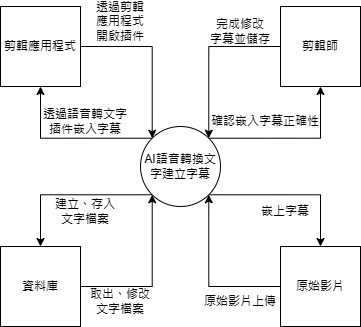
Earlier version of the draw.io export 系統環境圖.png (C110118150/No.11). Source tidied: cells renumbered, new cells last; positions are measured from the earlier drawing's top-left corner, leaving out a move shared by most shapes. Source of this version:
```xml
<mxGraphModel>
  <root>
    <mxCell id="0" />
    <mxCell id="1" parent="0" />
    <mxCell id="2" style="edgeStyle=orthogonalEdgeStyle;rounded=0;jettySize=auto;html=1;exitX=1;exitY=0;exitDx=0;exitDy=0;entryX=0.5;entryY=1;entryDx=0;entryDy=0;" parent="1" edge="1" source="6" target="8">
      <mxGeometry relative="1" as="geometry" />
    </mxCell>
    <mxCell id="3" style="edgeStyle=orthogonalEdgeStyle;rounded=0;jettySize=auto;html=1;exitX=1;exitY=1;exitDx=0;exitDy=0;entryX=0.5;entryY=0;entryDx=0;entryDy=0;" parent="1" edge="1" source="6" target="12">
      <mxGeometry relative="1" as="geometry" />
    </mxCell>
    <mxCell id="4" style="edgeStyle=orthogonalEdgeStyle;rounded=0;jettySize=auto;html=1;exitX=0;exitY=1;exitDx=0;exitDy=0;entryX=0.5;entryY=0;entryDx=0;entryDy=0;" parent="1" edge="1" source="6" target="14">
      <mxGeometry relative="1" as="geometry" />
    </mxCell>
    <mxCell id="5" style="edgeStyle=orthogonalEdgeStyle;rounded=0;jettySize=auto;html=1;exitX=0;exitY=0;exitDx=0;exitDy=0;entryX=0.5;entryY=1;entryDx=0;entryDy=0;" parent="1" edge="1" source="6" target="10">
      <mxGeometry relative="1" as="geometry" />
    </mxCell>
    <mxCell id="6" value="AI語音轉換文字建立字幕" style="ellipse;whiteSpace=wrap;html=1;" parent="1" vertex="1">
      <mxGeometry x="140" y="120" width="80" height="80" as="geometry" />
    </mxCell>
    <mxCell id="7" style="edgeStyle=orthogonalEdgeStyle;rounded=0;jettySize=auto;html=1;exitX=0;exitY=0.5;exitDx=0;exitDy=0;entryX=1;entryY=0;entryDx=0;entryDy=0;" parent="1" edge="1" source="8" target="6">
      <mxGeometry relative="1" as="geometry" />
    </mxCell>
    <mxCell id="8" value="剪輯師" style="whiteSpace=wrap;html=1;" parent="1" vertex="1">
      <mxGeometry x="280" width="80" height="80" as="geometry" />
    </mxCell>
    <mxCell id="9" style="edgeStyle=orthogonalEdgeStyle;rounded=0;jettySize=auto;html=1;exitX=1;exitY=0.5;exitDx=0;exitDy=0;entryX=0;entryY=0;entryDx=0;entryDy=0;" parent="1" edge="1" source="10" target="6">
      <mxGeometry relative="1" as="geometry" />
    </mxCell>
    <mxCell id="10" value="剪輯應用程式" style="whiteSpace=wrap;html=1;" parent="1" vertex="1">
      <mxGeometry width="80" height="80" as="geometry" />
    </mxCell>
    <mxCell id="11" style="edgeStyle=orthogonalEdgeStyle;rounded=0;jettySize=auto;html=1;exitX=0;exitY=0.5;exitDx=0;exitDy=0;entryX=1;entryY=1;entryDx=0;entryDy=0;" parent="1" edge="1" source="12" target="6">
      <mxGeometry relative="1" as="geometry" />
    </mxCell>
    <mxCell id="12" value="原始影片" style="whiteSpace=wrap;html=1;" parent="1" vertex="1">
      <mxGeometry x="280" y="240" width="80" height="80" as="geometry" />
    </mxCell>
    <mxCell id="13" style="edgeStyle=orthogonalEdgeStyle;rounded=0;jettySize=auto;html=1;exitX=1;exitY=0.5;exitDx=0;exitDy=0;entryX=0;entryY=1;entryDx=0;entryDy=0;" parent="1" edge="1" source="14" target="6">
      <mxGeometry relative="1" as="geometry" />
    </mxCell>
    <mxCell id="14" value="資料庫" style="whiteSpace=wrap;html=1;" parent="1" vertex="1">
      <mxGeometry y="240" width="80" height="80" as="geometry" />
    </mxCell>
    <mxCell id="15" value="原始影片上傳" style="text;html=1;strokeColor=none;fillColor=none;align=center;verticalAlign=middle;whiteSpace=wrap;rounded=0;" parent="1" vertex="1">
      <mxGeometry x="200" y="280" width="80" height="30" as="geometry" />
    </mxCell>
    <mxCell id="16" value="嵌上字幕" style="text;html=1;strokeColor=none;fillColor=none;align=center;verticalAlign=middle;whiteSpace=wrap;rounded=0;" parent="1" vertex="1">
      <mxGeometry x="250" y="190" width="70" height="30" as="geometry" />
    </mxCell>
    <mxCell id="17" value="建立、存入&lt;br&gt;文字檔案" style="text;html=1;strokeColor=none;fillColor=none;align=center;verticalAlign=middle;whiteSpace=wrap;rounded=0;" parent="1" vertex="1">
      <mxGeometry x="45" y="190" width="80" height="30" as="geometry" />
    </mxCell>
    <mxCell id="18" value="取出、修改&lt;br&gt;文字檔案" style="text;html=1;strokeColor=none;fillColor=none;align=center;verticalAlign=middle;whiteSpace=wrap;rounded=0;" parent="1" vertex="1">
      <mxGeometry x="80" y="280" width="80" height="30" as="geometry" />
    </mxCell>
    <mxCell id="19" value="確認嵌入字幕正確性" style="text;html=1;strokeColor=none;fillColor=none;align=center;verticalAlign=middle;whiteSpace=wrap;rounded=0;" parent="1" vertex="1">
      <mxGeometry x="210" y="100" width="110" height="30" as="geometry" />
    </mxCell>
    <mxCell id="20" value="完成修改&lt;br&gt;字幕並儲存" style="text;html=1;strokeColor=none;fillColor=none;align=center;verticalAlign=middle;whiteSpace=wrap;rounded=0;" parent="1" vertex="1">
      <mxGeometry x="205" y="10" width="70" height="30" as="geometry" />
    </mxCell>
    <mxCell id="21" value="透過語音轉文字插件嵌入字幕" style="text;html=1;strokeColor=none;fillColor=none;align=center;verticalAlign=middle;whiteSpace=wrap;rounded=0;" parent="1" vertex="1">
      <mxGeometry x="40" y="100" width="90" height="30" as="geometry" />
    </mxCell>
    <mxCell id="22" value="透過剪輯應用程式開啟插件" style="text;html=1;strokeColor=none;fillColor=none;align=center;verticalAlign=middle;whiteSpace=wrap;rounded=0;" parent="1" vertex="1">
      <mxGeometry x="90" width="60" height="30" as="geometry" />
    </mxCell>
  </root>
</mxGraphModel>
```
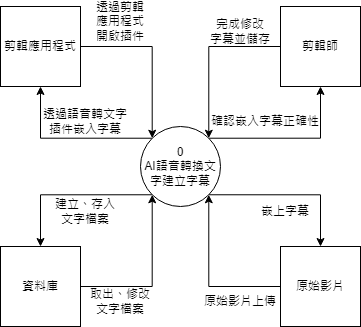
After the commit.

Commit message:
更新系統環境圖.png

Change to the diagram source:
```diff
@@ -14,7 +14,7 @@
     <mxCell id="5" style="edgeStyle=orthogonalEdgeStyle;rounded=0;jettySize=auto;html=1;exitX=0;exitY=0;exitDx=0;exitDy=0;entryX=0.5;entryY=1;entryDx=0;entryDy=0;" parent="1" edge="1" source="6" target="10">
       <mxGeometry relative="1" as="geometry" />
     </mxCell>
-    <mxCell id="6" value="AI語音轉換文字建立字幕" style="ellipse;whiteSpace=wrap;html=1;" parent="1" vertex="1">
+    <mxCell id="6" value="0&lt;br&gt;AI語音轉換文字建立字幕" style="ellipse;whiteSpace=wrap;html=1;" parent="1" vertex="1">
       <mxGeometry x="140" y="120" width="80" height="80" as="geometry" />
     </mxCell>
     <mxCell id="7" style="edgeStyle=orthogonalEdgeStyle;rounded=0;jettySize=auto;html=1;exitX=0;exitY=0.5;exitDx=0;exitDy=0;entryX=1;entryY=0;entryDx=0;entryDy=0;" parent="1" edge="1" source="8" target="6">
```
